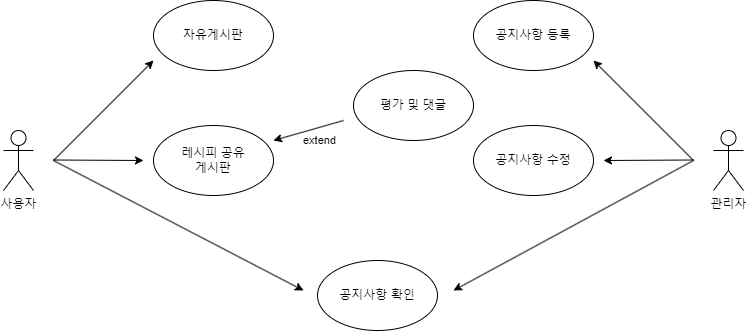
Earlier version of the draw.io export 수정/커뮤니티-수정.png (Yoon-jae-min/UsecaseDiagram). Source tidied: cells renumbered, new cells last; positions are measured from the earlier drawing's top-left corner, leaving out a move shared by most shapes.
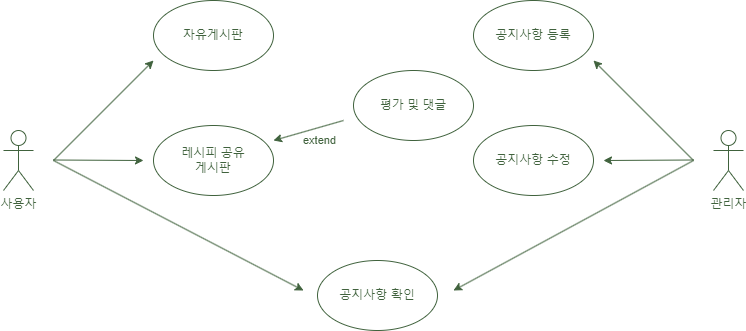
Later version of the same file.

Commit message:
커뮤니티-수정.png 업데이트

The edit, as a diff of the source:
```diff
@@ -2,67 +2,67 @@
   <root>
     <mxCell id="0" />
     <mxCell id="1" parent="0" />
-    <mxCell id="2" value="사용자" style="shape=umlActor;verticalLabelPosition=bottom;verticalAlign=top;html=1;fillColor=none;" parent="1" vertex="1">
+    <mxCell id="2" value="사용자" style="shape=umlActor;verticalLabelPosition=bottom;verticalAlign=top;html=1;fillColor=none;fontColor=#40623d;strokeColor=#40623d;" parent="1" vertex="1">
       <mxGeometry y="130" width="30" height="60" as="geometry" />
     </mxCell>
-    <mxCell id="3" value="관리자" style="shape=umlActor;verticalLabelPosition=bottom;verticalAlign=top;html=1;fillColor=none;" parent="1" vertex="1">
+    <mxCell id="3" value="관리자" style="shape=umlActor;verticalLabelPosition=bottom;verticalAlign=top;html=1;fillColor=none;fontColor=#40623d;strokeColor=#40623d;" parent="1" vertex="1">
       <mxGeometry x="710" y="130" width="30" height="60" as="geometry" />
     </mxCell>
-    <mxCell id="4" value="자유게시판" style="ellipse;whiteSpace=wrap;html=1;fillColor=none;" parent="1" vertex="1">
+    <mxCell id="4" value="자유게시판" style="ellipse;whiteSpace=wrap;html=1;fillColor=none;fontColor=#40623d;strokeColor=#40623d;" parent="1" vertex="1">
       <mxGeometry x="150" width="120" height="70" as="geometry" />
     </mxCell>
-    <mxCell id="5" value="레시피 공유&lt;div&gt;게시판&lt;/div&gt;" style="ellipse;whiteSpace=wrap;html=1;fillColor=none;" parent="1" vertex="1">
+    <mxCell id="5" value="레시피 공유&lt;div&gt;게시판&lt;/div&gt;" style="ellipse;whiteSpace=wrap;html=1;fillColor=none;fontColor=#40623d;strokeColor=#40623d;" parent="1" vertex="1">
       <mxGeometry x="150" y="125" width="120" height="70" as="geometry" />
     </mxCell>
-    <mxCell id="6" value="공지사항 확인" style="ellipse;whiteSpace=wrap;html=1;fillColor=none;" parent="1" vertex="1">
+    <mxCell id="6" value="공지사항 확인" style="ellipse;whiteSpace=wrap;html=1;fillColor=none;fontColor=#40623d;strokeColor=#40623d;" parent="1" vertex="1">
       <mxGeometry x="314" y="260" width="120" height="70" as="geometry" />
     </mxCell>
-    <mxCell id="7" value="공지사항 수정" style="ellipse;whiteSpace=wrap;html=1;fillColor=none;" parent="1" vertex="1">
+    <mxCell id="7" value="공지사항 수정" style="ellipse;whiteSpace=wrap;html=1;fillColor=none;fontColor=#40623d;strokeColor=#40623d;" parent="1" vertex="1">
       <mxGeometry x="470" y="125" width="120" height="70" as="geometry" />
     </mxCell>
-    <mxCell id="8" value="공지사항 등록" style="ellipse;whiteSpace=wrap;html=1;fillColor=none;" parent="1" vertex="1">
+    <mxCell id="8" value="공지사항 등록" style="ellipse;whiteSpace=wrap;html=1;fillColor=none;fontColor=#40623d;strokeColor=#40623d;" parent="1" vertex="1">
       <mxGeometry x="470" width="120" height="70" as="geometry" />
     </mxCell>
-    <mxCell id="9" style="endArrow=classic;html=1;rounded=0;" parent="1" edge="1">
+    <mxCell id="9" style="endArrow=classic;html=1;rounded=0;fontColor=#40623d;strokeColor=#40623d;" parent="1" edge="1">
       <mxGeometry relative="1" as="geometry">
         <mxPoint x="50" y="160" as="sourcePoint" />
         <mxPoint x="150" y="60" as="targetPoint" />
       </mxGeometry>
     </mxCell>
-    <mxCell id="10" style="endArrow=classic;html=1;rounded=0;" parent="1" edge="1">
+    <mxCell id="10" style="endArrow=classic;html=1;rounded=0;fontColor=#40623d;strokeColor=#40623d;" parent="1" edge="1">
       <mxGeometry relative="1" as="geometry">
         <mxPoint x="50" y="159.5" as="sourcePoint" />
         <mxPoint x="140" y="160" as="targetPoint" />
       </mxGeometry>
     </mxCell>
-    <mxCell id="11" style="endArrow=classic;html=1;rounded=0;" parent="1" edge="1">
+    <mxCell id="11" style="endArrow=classic;html=1;rounded=0;fontColor=#40623d;strokeColor=#40623d;" parent="1" edge="1">
       <mxGeometry relative="1" as="geometry">
         <mxPoint x="690" y="160" as="sourcePoint" />
         <mxPoint x="590" y="60" as="targetPoint" />
       </mxGeometry>
     </mxCell>
-    <mxCell id="12" style="endArrow=classic;html=1;rounded=0;" parent="1" edge="1">
+    <mxCell id="12" style="endArrow=classic;html=1;rounded=0;fontColor=#40623d;strokeColor=#40623d;" parent="1" edge="1">
       <mxGeometry relative="1" as="geometry">
         <mxPoint x="690" y="159.5" as="sourcePoint" />
         <mxPoint x="600" y="160" as="targetPoint" />
       </mxGeometry>
     </mxCell>
-    <mxCell id="13" style="endArrow=classic;html=1;rounded=0;" parent="1" edge="1">
+    <mxCell id="13" style="endArrow=classic;html=1;rounded=0;fontColor=#40623d;strokeColor=#40623d;" parent="1" edge="1">
       <mxGeometry relative="1" as="geometry">
         <mxPoint x="50" y="160" as="sourcePoint" />
         <mxPoint x="300" y="290" as="targetPoint" />
       </mxGeometry>
     </mxCell>
-    <mxCell id="14" style="endArrow=classic;html=1;rounded=0;" parent="1" edge="1">
+    <mxCell id="14" style="endArrow=classic;html=1;rounded=0;fontColor=#40623d;strokeColor=#40623d;" parent="1" edge="1">
       <mxGeometry relative="1" as="geometry">
         <mxPoint x="690" y="160" as="sourcePoint" />
         <mxPoint x="450" y="290" as="targetPoint" />
       </mxGeometry>
     </mxCell>
-    <mxCell id="15" value="평가 및 댓글" style="ellipse;whiteSpace=wrap;html=1;fillColor=none;" parent="1" vertex="1">
+    <mxCell id="15" value="평가 및 댓글" style="ellipse;whiteSpace=wrap;html=1;fillColor=none;fontColor=#40623d;strokeColor=#40623d;" parent="1" vertex="1">
       <mxGeometry x="350" y="70" width="120" height="70" as="geometry" />
     </mxCell>
-    <mxCell id="16" value="extend" style="endArrow=classic;html=1;rounded=0;labelBackgroundColor=none;" parent="1" edge="1">
+    <mxCell id="16" value="extend" style="endArrow=classic;html=1;rounded=0;labelBackgroundColor=none;fontColor=#40623d;strokeColor=#40623d;" parent="1" edge="1">
       <mxGeometry x="-0.2" y="13" relative="1" as="geometry">
         <mxPoint x="340" y="120" as="sourcePoint" />
         <mxPoint x="270" y="140" as="targetPoint" />
```
